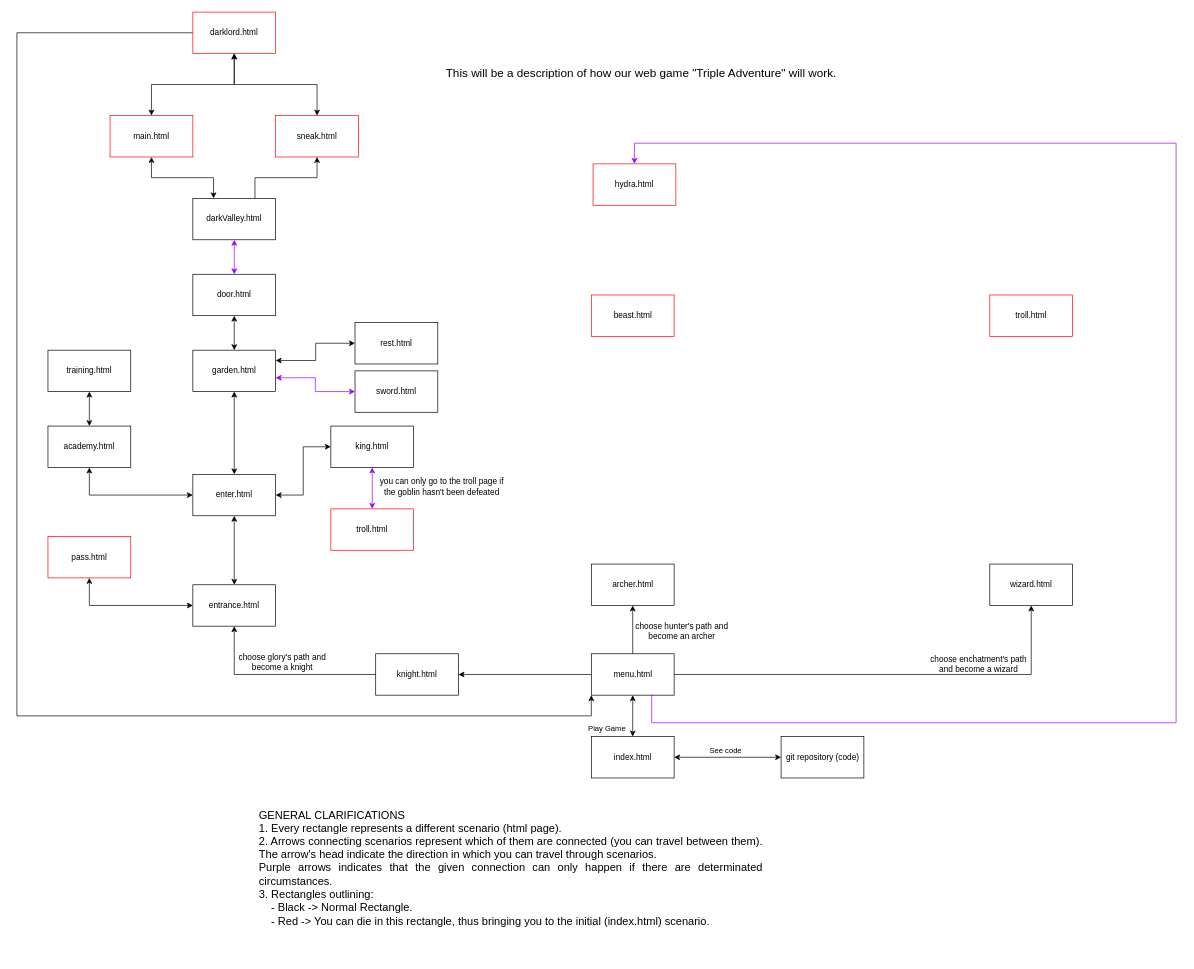
Earlier version of the draw.io diagram Diagram/GameDiagram.drawio (Enrikkk/CSCI-4208---Developing-Advanced-Web-Applications). Source tidied: cells renumbered, new cells numbered last; positions are measured from the earlier drawing's top-left corner, leaving out a move shared by most shapes. Both pictures are drawn from the tidied source at 69%, with x=0, y=0 at pixel (17, 12).
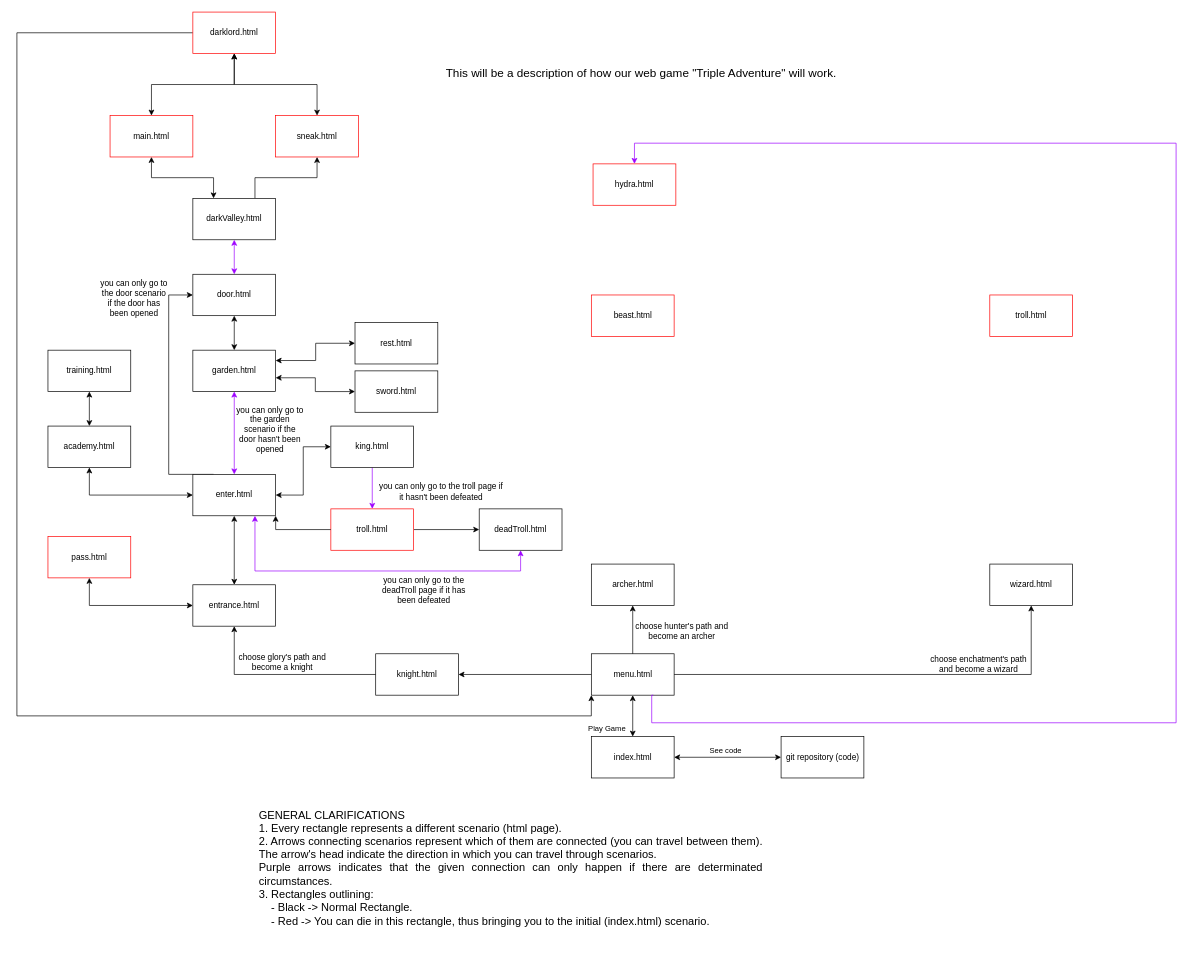
After the change.

Unchanged cells that the change refers to:
```xml
<mxCell id="10" value="enter.html" style="rounded=0;whiteSpace=wrap;html=1;" parent="1" vertex="1">
  <mxGeometry x="255" y="670" width="120" height="60" as="geometry" />
</mxCell>
<mxCell id="25" value="garden.html" style="rounded=0;whiteSpace=wrap;html=1;" parent="1" vertex="1">
  <mxGeometry x="255" y="490" width="120" height="60" as="geometry" />
</mxCell>
<mxCell id="27" value="king.html" style="rounded=0;whiteSpace=wrap;html=1;strokeColor=#000000;" parent="1" vertex="1">
  <mxGeometry x="455" y="600" width="120" height="60" as="geometry" />
</mxCell>
<mxCell id="51" value="sword.html" style="rounded=0;whiteSpace=wrap;html=1;" parent="1" vertex="1">
  <mxGeometry x="490" y="520" width="120" height="60" as="geometry" />
</mxCell>
<mxCell id="53" value="door.html" style="rounded=0;whiteSpace=wrap;html=1;" parent="1" vertex="1">
  <mxGeometry x="255" y="380" width="120" height="60" as="geometry" />
</mxCell>
<mxCell id="55" value="troll.html" style="rounded=0;whiteSpace=wrap;html=1;strokeColor=#FF0000;" parent="1" vertex="1">
  <mxGeometry x="455" y="720" width="120" height="60" as="geometry" />
</mxCell>
```

The edit, as a diff of the source:
```diff
@@
+    <mxCell id="57" style="edgeStyle=orthogonalEdgeStyle;rounded=0;jettySize=auto;html=1;exitX=0.25;exitY=0;exitDx=0;exitDy=0;entryX=0;entryY=0.5;entryDx=0;entryDy=0;" parent="1" edge="1" source="10" target="53">
+      <mxGeometry relative="1" as="geometry">
+        <Array as="points">
+          <mxPoint x="220" y="670" />
+          <mxPoint x="220" y="410" />
+        </Array>
+      </mxGeometry>
+    </mxCell>
@@
-    <mxCell id="26" style="edgeStyle=orthogonalEdgeStyle;rounded=0;jettySize=auto;html=1;entryX=0.5;entryY=0;entryDx=0;entryDy=0;startArrow=classic;startFill=1;strokeColor=#9D00FF;exitX=0.5;exitY=1;exitDx=0;exitDy=0;" parent="1" edge="1" source="27" target="55">
+    <mxCell id="26" style="edgeStyle=orthogonalEdgeStyle;rounded=0;jettySize=auto;html=1;entryX=0.5;entryY=0;entryDx=0;entryDy=0;startArrow=none;startFill=0;strokeColor=#9D00FF;exitX=0.5;exitY=1;exitDx=0;exitDy=0;" parent="1" edge="1" source="27" target="55">
       <mxGeometry relative="1" as="geometry" />
     </mxCell>
@@
-    <mxCell id="29" style="endArrow=classic;startArrow=classic;html=1;rounded=0;entryX=0.5;entryY=1;entryDx=0;entryDy=0;exitX=0.5;exitY=0;exitDx=0;exitDy=0;" parent="1" edge="1" source="10" target="25">
+    <mxCell id="29" style="endArrow=classic;startArrow=classic;html=1;rounded=0;entryX=0.5;entryY=1;entryDx=0;entryDy=0;exitX=0.5;exitY=0;exitDx=0;exitDy=0;strokeColor=#9D00FF;" parent="1" edge="1" source="10" target="25">
       <mxGeometry relative="1" as="geometry" />
     </mxCell>
@@
-    <mxCell id="52" style="endArrow=classic;startArrow=classic;html=1;rounded=0;entryX=0;entryY=0.5;entryDx=0;entryDy=0;exitX=1;exitY=0.667;exitDx=0;exitDy=0;edgeStyle=orthogonalEdgeStyle;exitPerimeter=0;strokeColor=#9D00FF;" parent="1" edge="1" source="25" target="51">
+    <mxCell id="52" style="endArrow=classic;startArrow=classic;html=1;rounded=0;entryX=0;entryY=0.5;entryDx=0;entryDy=0;exitX=1;exitY=0.667;exitDx=0;exitDy=0;edgeStyle=orthogonalEdgeStyle;exitPerimeter=0;strokeColor=#000000;" parent="1" edge="1" source="25" target="51">
       <mxGeometry relative="1" as="geometry" />
     </mxCell>
@@
+    <mxCell id="58" style="edgeStyle=orthogonalEdgeStyle;rounded=0;jettySize=auto;html=1;exitX=1;exitY=0.5;exitDx=0;exitDy=0;entryX=0;entryY=0.5;entryDx=0;entryDy=0;startArrow=none;startFill=0;" parent="1" edge="1" source="55" target="59">
+      <mxGeometry relative="1" as="geometry" />
+    </mxCell>
@@
-    <mxCell id="56" value="you can only go to the troll page if the goblin hasn't been defeated" style="text;html=1;align=center;verticalAlign=middle;whiteSpace=wrap;rounded=0;" parent="1" vertex="1">
-      <mxGeometry x="521" y="683" width="190" height="10" as="geometry" />
+    <mxCell id="56" value="you can only go to the troll page if it hasn't been defeated" style="text;html=1;align=center;verticalAlign=middle;whiteSpace=wrap;rounded=0;" parent="1" vertex="1">
+      <mxGeometry x="520" y="690" width="190" height="10" as="geometry" />
     </mxCell>
+    <mxCell id="59" value="deadTroll.html" style="rounded=0;whiteSpace=wrap;html=1;" parent="1" vertex="1">
+      <mxGeometry x="670" y="720" width="120" height="60" as="geometry" />
+    </mxCell>
+    <mxCell id="60" style="endArrow=classic;startArrow=none;html=1;rounded=0;entryX=1;entryY=1;entryDx=0;entryDy=0;exitX=0;exitY=0.5;exitDx=0;exitDy=0;edgeStyle=orthogonalEdgeStyle;startFill=0;" parent="1" edge="1" source="55" target="10">
+      <mxGeometry relative="1" as="geometry" />
+    </mxCell>
+    <mxCell id="61" style="endArrow=classic;startArrow=classic;html=1;rounded=0;entryX=0.5;entryY=1;entryDx=0;entryDy=0;exitX=0.75;exitY=1;exitDx=0;exitDy=0;edgeStyle=orthogonalEdgeStyle;strokeColor=#9D00FF;" parent="1" edge="1" source="10" target="59">
+      <mxGeometry relative="1" as="geometry">
+        <Array as="points">
+          <mxPoint x="345" y="810" />
+          <mxPoint x="730" y="810" />
+        </Array>
+      </mxGeometry>
+    </mxCell>
+    <mxCell id="62" value="you can only go to the deadTroll page if it has been defeated" style="text;html=1;align=center;verticalAlign=middle;whiteSpace=wrap;rounded=0;" parent="1" vertex="1">
+      <mxGeometry x="520" y="833" width="140" height="10" as="geometry" />
+    </mxCell>
+    <mxCell id="63" value="you can only go to the garden scenario if the door hasn't been opened" style="text;html=1;align=center;verticalAlign=middle;whiteSpace=wrap;rounded=0;" parent="1" vertex="1">
+      <mxGeometry x="317" y="590" width="100" height="30" as="geometry" />
+    </mxCell>
+    <mxCell id="64" value="you can only go to the door scenario if the door has been opened" style="text;html=1;align=center;verticalAlign=middle;whiteSpace=wrap;rounded=0;" parent="1" vertex="1">
+      <mxGeometry x="120" y="400" width="100" height="30" as="geometry" />
+    </mxCell>
```
